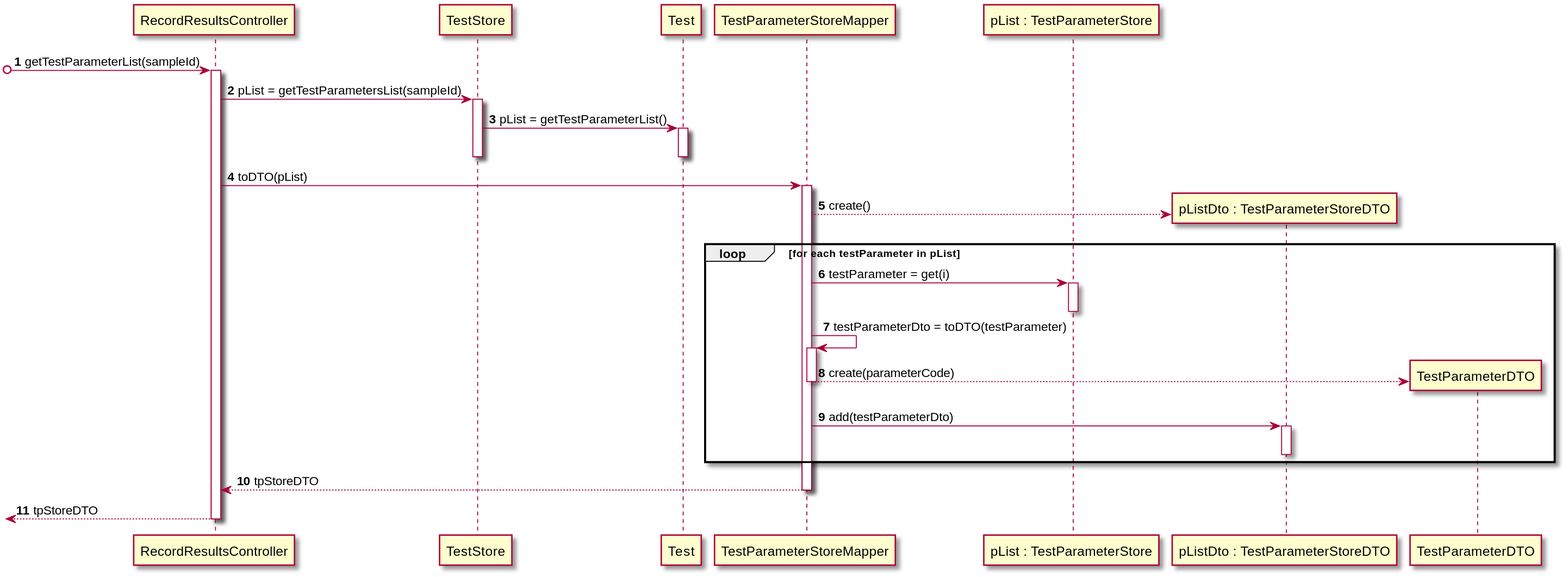
Earlier version of the PlantUML export docs/SprintC/US12/SD_getTestParameterList(sampleId).svg (MarianaCLages/LAPR2).
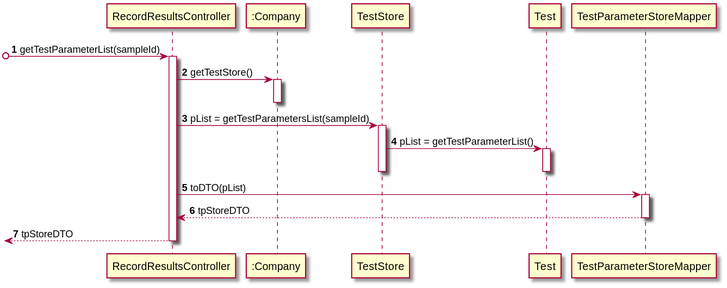
After the change.

Diff of the diagram source:
```diff
@@ -1,17 +1,20 @@
 @startuml
 participant "RecordResultsController" as ctrl
+participant ":Company" as Comp
+
 participant "TestStore" as tStore
 participant "Test" as Test
 participant "TestParameterStoreMapper" as tpStoreMapper
-participant "pList : TestParameterStore" as tpStore1
-participant "pListDto : TestParameterStoreDTO" as tpStoreDTO
-participant "TestParameterDTO" as tpDTO
 
 
 autonumber
 
 [o-> ctrl: getTestParameterList(sampleId)
+
 activate ctrl
+ctrl -> Comp: getTestStore()
+activate Comp
+deactivate
 ctrl -> tStore: pList = getTestParametersList(sampleId)
 activate tStore
 tStore -> Test: pList = getTestParameterList()
@@ -21,19 +24,7 @@
 
 ctrl -> tpStoreMapper: toDTO(pList)
 activate tpStoreMapper
-tpStoreMapper --> tpStoreDTO**: create()
-loop for each testParameter in pList
-    tpStoreMapper -> tpStore1: testParameter = get(i)
-    activate tpStore1
-    deactivate tpStore1
-    tpStoreMapper -> tpStoreMapper: testParameterDto = toDTO(testParameter)
-    activate tpStoreMapper
-    tpStoreMapper --> tpDTO**: create(parameterCode)
-    deactivate tpStoreMapper
-    tpStoreMapper -> tpStoreDTO: add(testParameterDto)
-    activate tpStoreDTO
-    deactivate tpStoreDTO
-end
+
 tpStoreMapper --> ctrl: tpStoreDTO
 deactivate tpStoreMapper
 return tpStoreDTO
```
